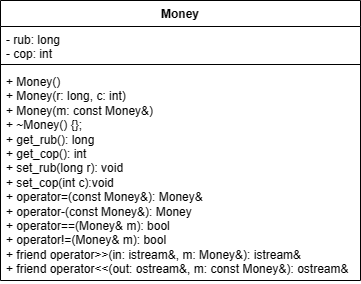
This is 2_semestr/LABS_Class/3_LAB/3_LAB.png from blzz4c/PNRPU-2022-IVT22-1b, a draw.io export, as it was before one commit. Source tidied: cells renumbered, new cells last; positions are measured from the earlier drawing's top-left corner, leaving out a move shared by most shapes.
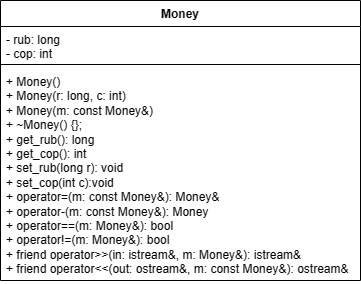
The same file after the commit.

Diff of the diagram source:
```diff
@@ -11,7 +11,7 @@
     <mxCell id="4" style="line;strokeWidth=1;fillColor=none;align=left;verticalAlign=middle;spacingTop=-1;spacingLeft=3;spacingRight=3;labelPosition=right;strokeColor=inherit;" parent="2" vertex="1">
       <mxGeometry y="60" width="360" height="8" as="geometry" />
     </mxCell>
-    <mxCell id="5" value="&lt;div&gt;+ Money()&lt;/div&gt;&lt;div&gt;&lt;span style=&quot;background-color: initial;&quot;&gt;+ Money(r: long, c: int)&lt;/span&gt;&lt;/div&gt;&lt;div&gt;&lt;span style=&quot;&quot;&gt;&lt;/span&gt;&lt;/div&gt;&lt;div&gt;&lt;span style=&quot;&quot;&gt;+ Money(m: const Money&amp;amp;)&lt;/span&gt;&lt;/div&gt;&lt;div&gt;&lt;span style=&quot;&quot;&gt;+ ~Money() {};&lt;/span&gt;&lt;/div&gt;&lt;div&gt;&lt;span style=&quot;&quot;&gt;+ get_rub(): long&lt;/span&gt;&lt;/div&gt;&lt;div&gt;&lt;span style=&quot;&quot;&gt;+ get_cop(): int&lt;/span&gt;&lt;/div&gt;&lt;div&gt;&lt;span style=&quot;&quot;&gt;+ set_rub(long r): void&amp;nbsp;&lt;/span&gt;&lt;/div&gt;&lt;div&gt;&lt;span style=&quot;&quot;&gt;+ set_cop(int c):void&lt;/span&gt;&lt;/div&gt;&lt;div&gt;&lt;span style=&quot;background-color: initial;&quot;&gt;+ operator=(const Money&amp;amp;): Money&amp;amp;&lt;/span&gt;&lt;/div&gt;&lt;div&gt;&lt;span style=&quot;&quot;&gt;+ operator-(const Money&amp;amp;): Money&lt;/span&gt;&lt;/div&gt;&lt;div&gt;&lt;span style=&quot;&quot;&gt;+ operator==(Money&amp;amp; m): bool&lt;/span&gt;&lt;/div&gt;&lt;div&gt;&lt;span style=&quot;&quot;&gt;+ operator!=(Money&amp;amp; m): bool&amp;nbsp;&lt;/span&gt;&lt;/div&gt;&lt;div&gt;&lt;span style=&quot;&quot;&gt;+ friend operator&amp;gt;&amp;gt;(in: istream&amp;amp;, m: Money&amp;amp;): istream&amp;amp;&lt;/span&gt;&lt;/div&gt;&lt;div&gt;&lt;span style=&quot;&quot;&gt;+ friend operator&amp;lt;&amp;lt;(out: ostream&amp;amp;, m: const Money&amp;amp;): ostream&amp;amp;&lt;/span&gt;&lt;/div&gt;" style="text;strokeColor=none;fillColor=none;align=left;verticalAlign=top;spacingLeft=4;spacingRight=4;overflow=hidden;whiteSpace=wrap;html=1;" parent="2" vertex="1">
+    <mxCell id="5" value="&lt;div&gt;+ Money()&lt;/div&gt;&lt;div&gt;&lt;span style=&quot;background-color: initial;&quot;&gt;+ Money(r: long, c: int)&lt;/span&gt;&lt;/div&gt;&lt;div&gt;&lt;span style=&quot;&quot;&gt;&lt;/span&gt;&lt;/div&gt;&lt;div&gt;&lt;span style=&quot;&quot;&gt;+ Money(m: const Money&amp;amp;)&lt;/span&gt;&lt;/div&gt;&lt;div&gt;&lt;span style=&quot;&quot;&gt;+ ~Money() {};&lt;/span&gt;&lt;/div&gt;&lt;div&gt;&lt;span style=&quot;&quot;&gt;+ get_rub(): long&lt;/span&gt;&lt;/div&gt;&lt;div&gt;&lt;span style=&quot;&quot;&gt;+ get_cop(): int&lt;/span&gt;&lt;/div&gt;&lt;div&gt;&lt;span style=&quot;&quot;&gt;+ set_rub(long r): void&amp;nbsp;&lt;/span&gt;&lt;/div&gt;&lt;div&gt;&lt;span style=&quot;&quot;&gt;+ set_cop(int c):void&lt;/span&gt;&lt;/div&gt;&lt;div&gt;&lt;span style=&quot;background-color: initial;&quot;&gt;+ operator=(m: const Money&amp;amp;): Money&amp;amp;&lt;/span&gt;&lt;/div&gt;&lt;div&gt;&lt;span style=&quot;&quot;&gt;+ operator-(m: const Money&amp;amp;): Money&lt;/span&gt;&lt;/div&gt;&lt;div&gt;&lt;span style=&quot;&quot;&gt;+ operator==(m: Money&amp;amp;): bool&lt;/span&gt;&lt;/div&gt;&lt;div&gt;&lt;span style=&quot;&quot;&gt;+ operator!=(m: Money&amp;amp;): bool&amp;nbsp;&lt;/span&gt;&lt;/div&gt;&lt;div&gt;&lt;span style=&quot;&quot;&gt;+ friend operator&amp;gt;&amp;gt;(in: istream&amp;amp;, m: Money&amp;amp;): istream&amp;amp;&lt;/span&gt;&lt;/div&gt;&lt;div&gt;&lt;span style=&quot;&quot;&gt;+ friend operator&amp;lt;&amp;lt;(out: ostream&amp;amp;, m: const Money&amp;amp;): ostream&amp;amp;&lt;/span&gt;&lt;/div&gt;" style="text;strokeColor=none;fillColor=none;align=left;verticalAlign=top;spacingLeft=4;spacingRight=4;overflow=hidden;whiteSpace=wrap;html=1;" parent="2" vertex="1">
       <mxGeometry y="68" width="360" height="212" as="geometry" />
     </mxCell>
   </root>
```
